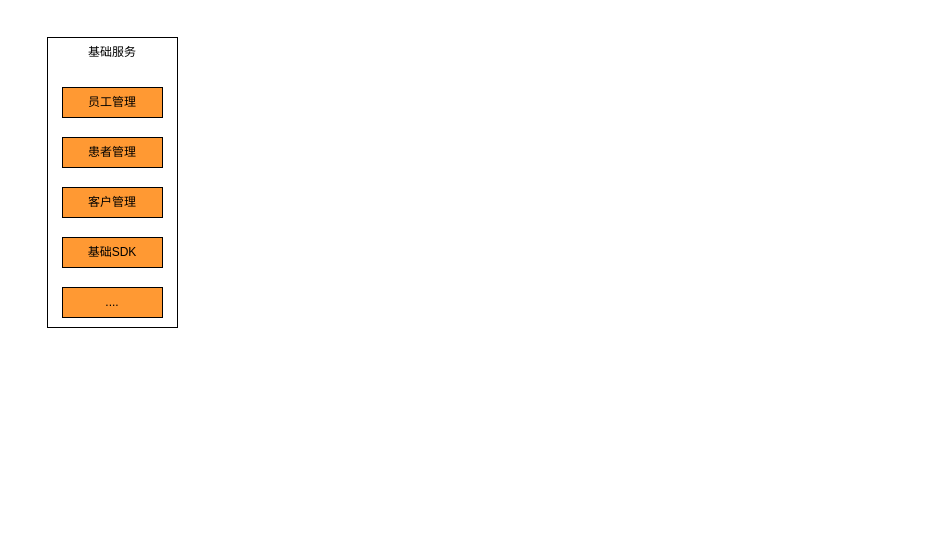
This is 云牙.drawio from LiHuiBin1995/study-java, a draw.io file, before an edit. Source tidied: cells renumbered, new cells numbered last; positions are measured from the earlier drawing's top-left corner, leaving out a move shared by most shapes. Both pictures are drawn from the tidied source at 100%, with x=0, y=0 at pixel (47, 37).
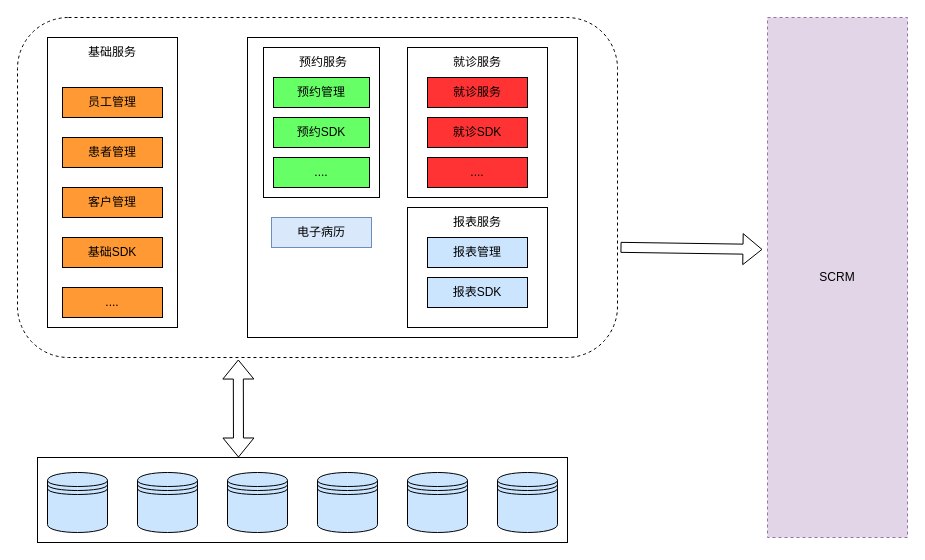
The same page after the edit.

What changed in the source:
```diff
@@
+    <mxCell id="10" style="rounded=1;whiteSpace=wrap;html=1;fillColor=#FFFFFF;dashed=1;" parent="1" vertex="1">
+      <mxGeometry x="-30" y="-20" width="600" height="340" as="geometry" />
+    </mxCell>
@@
+    <mxCell id="11" style="group;" parent="1" vertex="1">
+      <mxGeometry x="200" width="330" height="300" as="geometry" />
+    </mxCell>
+    <mxCell id="12" style="rounded=0;whiteSpace=wrap;html=1;fillColor=#FFFFFF;" parent="11" vertex="1">
+      <mxGeometry width="330" height="300" as="geometry" />
+    </mxCell>
+    <mxCell id="13" style="group;" parent="11" vertex="1">
+      <mxGeometry x="16" y="10" width="116" height="150" as="geometry" />
+    </mxCell>
+    <mxCell id="14" style="rounded=0;whiteSpace=wrap;html=1;fillColor=#FFFFFF;" parent="13" vertex="1">
+      <mxGeometry width="116" height="150" as="geometry" />
+    </mxCell>
+    <mxCell id="15" value="预约管理" style="rounded=0;whiteSpace=wrap;html=1;fillColor=#66FF66;" parent="13" vertex="1">
+      <mxGeometry x="10" y="30" width="96" height="30" as="geometry" />
+    </mxCell>
+    <mxCell id="16" value="预约SDK" style="rounded=0;whiteSpace=wrap;html=1;fillColor=#66FF66;" parent="13" vertex="1">
+      <mxGeometry x="10" y="70" width="96" height="30" as="geometry" />
+    </mxCell>
+    <mxCell id="17" value="...." style="rounded=0;whiteSpace=wrap;html=1;fillColor=#66FF66;" parent="13" vertex="1">
+      <mxGeometry x="10" y="110" width="96" height="30" as="geometry" />
+    </mxCell>
+    <mxCell id="18" value="预约服务" style="text;html=1;strokeColor=none;fillColor=none;align=center;verticalAlign=middle;whiteSpace=wrap;rounded=0;" parent="13" vertex="1">
+      <mxGeometry x="30" width="60" height="30" as="geometry" />
+    </mxCell>
+    <mxCell id="19" style="group;" parent="11" vertex="1">
+      <mxGeometry x="160" y="10" width="140" height="150" as="geometry" />
+    </mxCell>
+    <mxCell id="20" style="rounded=0;whiteSpace=wrap;html=1;fillColor=#FFFFFF;" parent="19" vertex="1">
+      <mxGeometry width="140" height="150" as="geometry" />
+    </mxCell>
+    <mxCell id="21" value="就诊服务" style="text;html=1;strokeColor=none;fillColor=none;align=center;verticalAlign=middle;whiteSpace=wrap;rounded=0;" parent="19" vertex="1">
+      <mxGeometry x="40" width="60" height="30" as="geometry" />
+    </mxCell>
+    <mxCell id="22" value="就诊服务" style="rounded=0;whiteSpace=wrap;html=1;fillColor=#FF3333;" parent="19" vertex="1">
+      <mxGeometry x="20" y="30" width="100" height="30" as="geometry" />
+    </mxCell>
+    <mxCell id="23" value="就诊SDK" style="rounded=0;whiteSpace=wrap;html=1;fillColor=#FF3333;" parent="19" vertex="1">
+      <mxGeometry x="20" y="70" width="100" height="30" as="geometry" />
+    </mxCell>
+    <mxCell id="24" value="...." style="rounded=0;whiteSpace=wrap;html=1;fillColor=#FF3333;" parent="19" vertex="1">
+      <mxGeometry x="20" y="110" width="100" height="30" as="geometry" />
+    </mxCell>
+    <mxCell id="25" value="电子病历" style="rounded=0;whiteSpace=wrap;html=1;fillColor=#dae8fc;strokeColor=#6c8ebf;" parent="11" vertex="1">
+      <mxGeometry x="24" y="180" width="100" height="30" as="geometry" />
+    </mxCell>
+    <mxCell id="26" style="group;" parent="11" vertex="1">
+      <mxGeometry x="160" y="170" width="140" height="120" as="geometry" />
+    </mxCell>
+    <mxCell id="27" style="rounded=0;whiteSpace=wrap;html=1;fillColor=#FFFFFF;" parent="26" vertex="1">
+      <mxGeometry width="140" height="120" as="geometry" />
+    </mxCell>
+    <mxCell id="28" value="报表服务" style="text;html=1;strokeColor=none;fillColor=none;align=center;verticalAlign=middle;whiteSpace=wrap;rounded=0;" parent="26" vertex="1">
+      <mxGeometry x="40" width="60" height="30" as="geometry" />
+    </mxCell>
+    <mxCell id="29" value="报表管理" style="rounded=0;whiteSpace=wrap;html=1;fillColor=#CCE5FF;" parent="26" vertex="1">
+      <mxGeometry x="20" y="30" width="100" height="30" as="geometry" />
+    </mxCell>
+    <mxCell id="30" value="报表SDK" style="rounded=0;whiteSpace=wrap;html=1;fillColor=#CCE5FF;" parent="26" vertex="1">
+      <mxGeometry x="20" y="70" width="100" height="30" as="geometry" />
+    </mxCell>
+    <mxCell id="31" style="group;" parent="1" vertex="1">
+      <mxGeometry x="-10" y="420" width="530" height="85" as="geometry" />
+    </mxCell>
+    <mxCell id="32" style="rounded=0;whiteSpace=wrap;html=1;fillColor=#FFFFFF;" parent="31" vertex="1">
+      <mxGeometry width="530" height="85" as="geometry" />
+    </mxCell>
+    <mxCell id="33" style="shape=datastore;whiteSpace=wrap;html=1;fillColor=#CCE5FF;" parent="31" vertex="1">
+      <mxGeometry x="10" y="15" width="60" height="60" as="geometry" />
+    </mxCell>
+    <mxCell id="34" style="shape=datastore;whiteSpace=wrap;html=1;fillColor=#CCE5FF;" parent="31" vertex="1">
+      <mxGeometry x="460" y="15" width="60" height="60" as="geometry" />
+    </mxCell>
+    <mxCell id="35" style="shape=datastore;whiteSpace=wrap;html=1;fillColor=#CCE5FF;" parent="31" vertex="1">
+      <mxGeometry x="100" y="15" width="60" height="60" as="geometry" />
+    </mxCell>
+    <mxCell id="36" style="shape=datastore;whiteSpace=wrap;html=1;fillColor=#CCE5FF;" parent="31" vertex="1">
+      <mxGeometry x="190" y="15" width="60" height="60" as="geometry" />
+    </mxCell>
+    <mxCell id="37" style="shape=datastore;whiteSpace=wrap;html=1;fillColor=#CCE5FF;" parent="31" vertex="1">
+      <mxGeometry x="280" y="15" width="60" height="60" as="geometry" />
+    </mxCell>
+    <mxCell id="38" style="shape=datastore;whiteSpace=wrap;html=1;fillColor=#CCE5FF;" parent="31" vertex="1">
+      <mxGeometry x="370" y="15" width="60" height="60" as="geometry" />
+    </mxCell>
+    <mxCell id="39" style="shape=flexArrow;endArrow=classic;startArrow=classic;html=1;rounded=0;entryX=0.368;entryY=1.006;entryDx=0;entryDy=0;entryPerimeter=0;" parent="1" edge="1" target="10">
+      <mxGeometry relative="1" as="geometry">
+        <mxPoint x="191" y="420" as="sourcePoint" />
+      </mxGeometry>
+    </mxCell>
+    <mxCell id="40" value="SCRM" style="rounded=0;whiteSpace=wrap;html=1;dashed=1;fillColor=#e1d5e7;strokeColor=#9673a6;" parent="1" vertex="1">
+      <mxGeometry x="720" y="-20" width="140" height="520" as="geometry" />
+    </mxCell>
+    <mxCell id="41" style="shape=flexArrow;endArrow=classic;html=1;rounded=0;entryX=-0.036;entryY=0.446;entryDx=0;entryDy=0;entryPerimeter=0;exitX=1.005;exitY=0.676;exitDx=0;exitDy=0;exitPerimeter=0;" parent="1" edge="1" source="10" target="40">
+      <mxGeometry relative="1" as="geometry" />
+    </mxCell>
```
